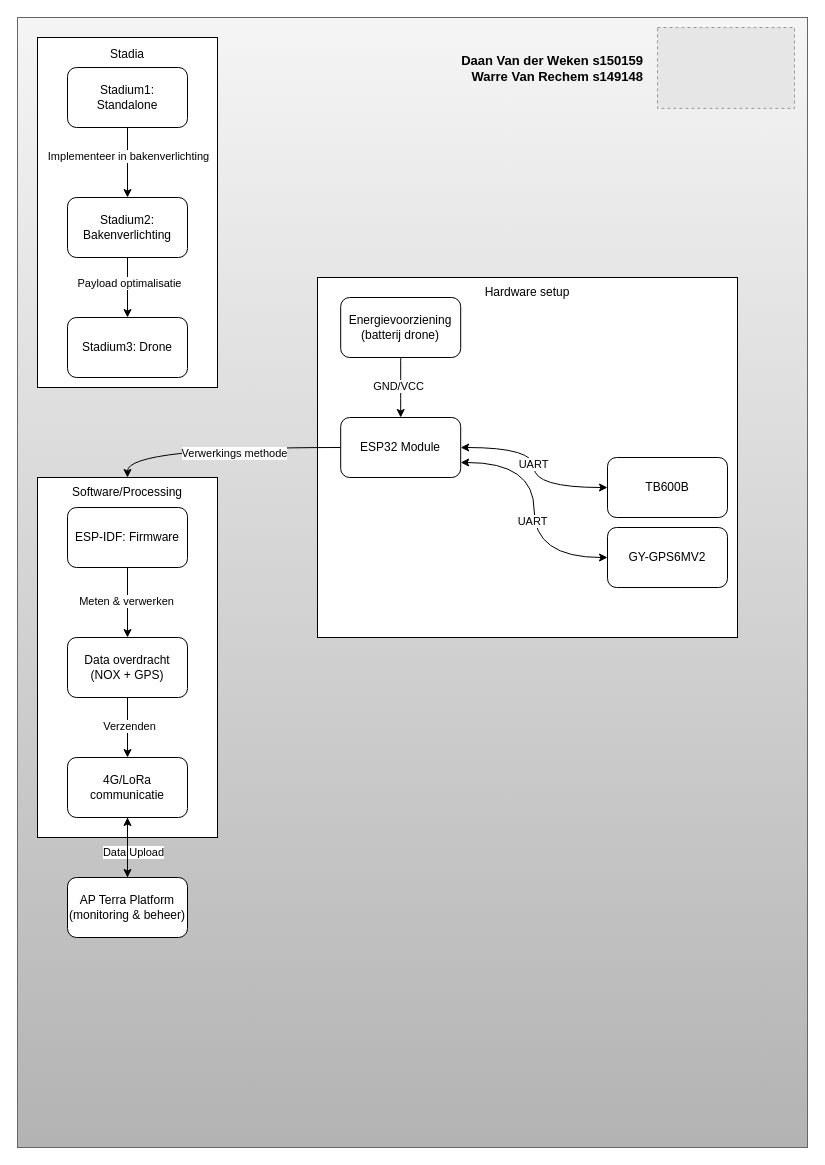
Earlier version of the draw.io diagram Documentatie/Blakdiagram_doelstelling.drawio (Daanvdw2005/IOT_Nox_Project). Source tidied: cells renumbered, new cells numbered last; positions are measured from the earlier drawing's top-left corner, leaving out a move shared by most shapes. Both pictures are drawn from the tidied source at 100%, with x=0, y=0 at pixel (17, 17). Pictures stored in the file or linked from it are replaced by grey dashed boxes.
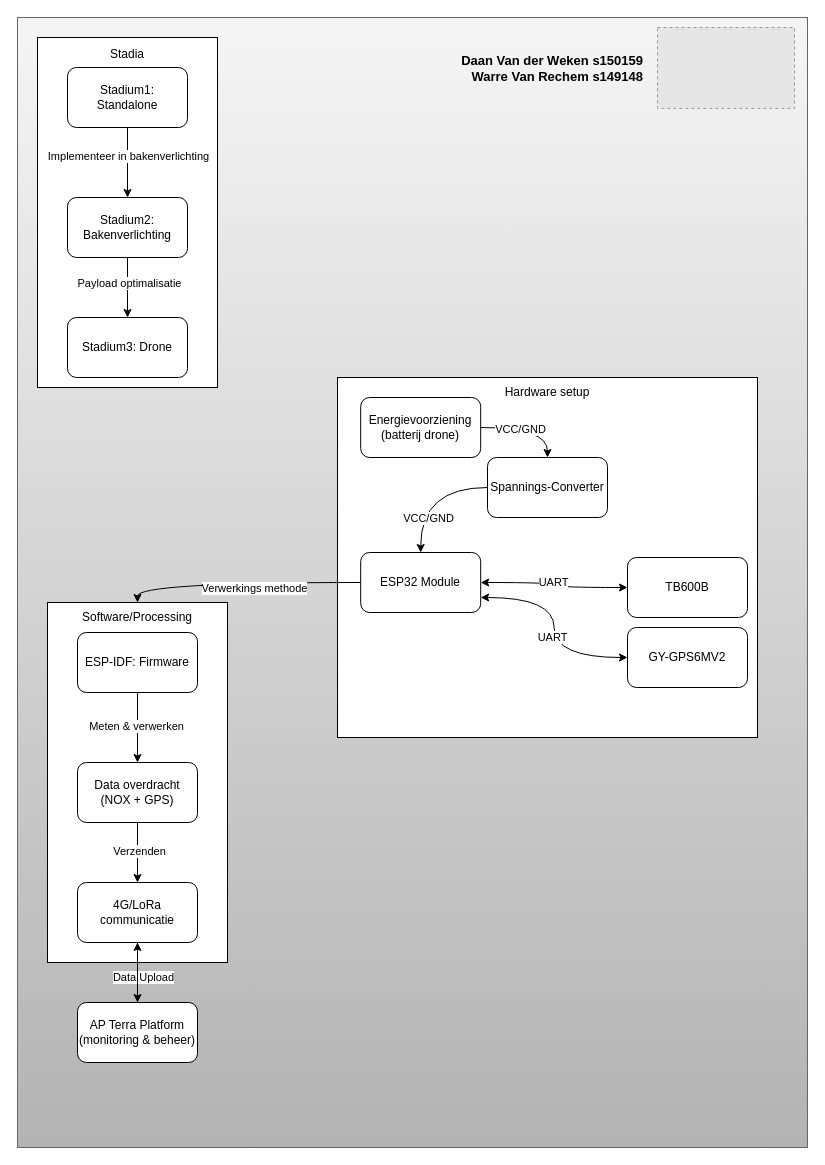
The same page after the edit.

Change to the diagram source:
```diff
@@
     <mxCell id="3" value="&lt;div style=&quot;text-align: left;&quot;&gt;Hardware setup&lt;/div&gt;&lt;div&gt;&lt;br&gt;&lt;/div&gt;&lt;div&gt;&lt;br&gt;&lt;/div&gt;&lt;div&gt;&lt;br&gt;&lt;/div&gt;&lt;div&gt;&lt;br&gt;&lt;/div&gt;&lt;div&gt;&lt;br&gt;&lt;/div&gt;&lt;div&gt;&lt;br&gt;&lt;/div&gt;&lt;div&gt;&lt;br&gt;&lt;/div&gt;&lt;div&gt;&lt;br&gt;&lt;/div&gt;&lt;div&gt;&lt;br&gt;&lt;/div&gt;&lt;div&gt;&lt;br&gt;&lt;/div&gt;&lt;div&gt;&lt;br&gt;&lt;/div&gt;&lt;div&gt;&lt;br&gt;&lt;/div&gt;&lt;div&gt;&lt;br&gt;&lt;/div&gt;&lt;div&gt;&lt;br&gt;&lt;/div&gt;&lt;div&gt;&lt;br&gt;&lt;/div&gt;&lt;div&gt;&lt;br&gt;&lt;/div&gt;&lt;div&gt;&lt;br&gt;&lt;/div&gt;&lt;div&gt;&lt;br&gt;&lt;/div&gt;&lt;div&gt;&lt;br&gt;&lt;/div&gt;&lt;div&gt;&lt;br&gt;&lt;/div&gt;&lt;div&gt;&lt;br&gt;&lt;/div&gt;&lt;div&gt;&lt;br&gt;&lt;/div&gt;&lt;div&gt;&lt;br&gt;&lt;/div&gt;" style="rounded=0;whiteSpace=wrap;html=1;" parent="1" vertex="1">
-      <mxGeometry x="300" y="260" width="420" height="360" as="geometry" />
+      <mxGeometry x="320" y="360" width="420" height="360" as="geometry" />
     </mxCell>
     <mxCell id="4" value="&lt;div style=&quot;text-align: left;&quot;&gt;Software/Processing&lt;/div&gt;&lt;div&gt;&lt;br&gt;&lt;/div&gt;&lt;div&gt;&lt;br&gt;&lt;/div&gt;&lt;div&gt;&lt;br&gt;&lt;/div&gt;&lt;div&gt;&lt;br&gt;&lt;/div&gt;&lt;div&gt;&lt;br&gt;&lt;/div&gt;&lt;div&gt;&lt;br&gt;&lt;/div&gt;&lt;div&gt;&lt;br&gt;&lt;/div&gt;&lt;div&gt;&lt;br&gt;&lt;/div&gt;&lt;div&gt;&lt;br&gt;&lt;/div&gt;&lt;div&gt;&lt;br&gt;&lt;/div&gt;&lt;div&gt;&lt;br&gt;&lt;/div&gt;&lt;div&gt;&lt;br&gt;&lt;/div&gt;&lt;div&gt;&lt;br&gt;&lt;/div&gt;&lt;div&gt;&lt;br&gt;&lt;/div&gt;&lt;div&gt;&lt;br&gt;&lt;/div&gt;&lt;div&gt;&lt;br&gt;&lt;/div&gt;&lt;div&gt;&lt;br&gt;&lt;/div&gt;&lt;div&gt;&lt;br&gt;&lt;/div&gt;&lt;div&gt;&lt;br&gt;&lt;/div&gt;&lt;div&gt;&lt;br&gt;&lt;/div&gt;&lt;div&gt;&lt;br&gt;&lt;/div&gt;&lt;div&gt;&lt;br&gt;&lt;/div&gt;&lt;div&gt;&lt;br&gt;&lt;/div&gt;" style="rounded=0;whiteSpace=wrap;html=1;" parent="1" vertex="1">
-      <mxGeometry x="20" y="460" width="180" height="360" as="geometry" />
+      <mxGeometry x="30" y="585" width="180" height="360" as="geometry" />
     </mxCell>
@@
     <mxCell id="15" value="ESP-IDF: Firmware" style="rounded=1;whiteSpace=wrap;html=1;" parent="1" vertex="1">
-      <mxGeometry x="50" y="490" width="120" height="60" as="geometry" />
+      <mxGeometry x="60" y="615" width="120" height="60" as="geometry" />
     </mxCell>
@@
     <mxCell id="18" value="Data overdracht&lt;div&gt;(NOX + GPS)&lt;/div&gt;" style="rounded=1;whiteSpace=wrap;html=1;" parent="1" vertex="1">
-      <mxGeometry x="50" y="620" width="120" height="60" as="geometry" />
+      <mxGeometry x="60" y="745" width="120" height="60" as="geometry" />
     </mxCell>
@@
     <mxCell id="21" value="4G/LoRa communicatie" style="rounded=1;whiteSpace=wrap;html=1;" parent="1" vertex="1">
-      <mxGeometry x="50" y="740" width="120" height="60" as="geometry" />
+      <mxGeometry x="60" y="865" width="120" height="60" as="geometry" />
     </mxCell>
@@
     <mxCell id="23" value="AP Terra Platform&lt;div&gt;(monitoring &amp;amp; beheer)&lt;/div&gt;" style="rounded=1;whiteSpace=wrap;html=1;" parent="1" vertex="1">
-      <mxGeometry x="50" y="860" width="120" height="60" as="geometry" />
+      <mxGeometry x="60" y="985" width="120" height="60" as="geometry" />
     </mxCell>
-    <mxCell id="24" style="edgeStyle=orthogonalEdgeStyle;rounded=0;jettySize=auto;html=1;exitX=0.5;exitY=1;exitDx=0;exitDy=0;entryX=0.5;entryY=0;entryDx=0;entryDy=0;curved=1;" parent="1" edge="1" source="26" target="33">
-      <mxGeometry relative="1" as="geometry" />
-    </mxCell>
-    <mxCell id="25" value="GND/VCC" style="edgeLabel;html=1;align=center;verticalAlign=middle;" parent="24" vertex="1">
-      <mxGeometry x="-0.08" y="-3" relative="1" as="geometry" />
-    </mxCell>
+    <mxCell id="38" style="edgeStyle=orthogonalEdgeStyle;rounded=0;jettySize=auto;html=1;exitX=1;exitY=0.5;exitDx=0;exitDy=0;entryX=0.5;entryY=0;entryDx=0;entryDy=0;curved=1;" parent="1" edge="1" source="26" target="41">
+      <mxGeometry relative="1" as="geometry" />
+    </mxCell>
+    <mxCell id="39" value="VCC/GND" style="edgeLabel;html=1;align=center;verticalAlign=middle;" parent="38" vertex="1">
+      <mxGeometry x="-0.19" y="-1" relative="1" as="geometry" />
+    </mxCell>
     <mxCell id="26" value="Energievoorziening&lt;div&gt;(batterij drone)&lt;/div&gt;" style="rounded=1;whiteSpace=wrap;html=1;" parent="1" vertex="1">
-      <mxGeometry x="323.2" y="280" width="120" height="60" as="geometry" />
+      <mxGeometry x="343.2" y="380" width="120" height="60" as="geometry" />
     </mxCell>
@@
     <mxCell id="33" value="ESP32 Module" style="rounded=1;whiteSpace=wrap;html=1;" parent="1" vertex="1">
-      <mxGeometry x="323.2" y="400" width="120" height="60" as="geometry" />
+      <mxGeometry x="343.2" y="535" width="120" height="60" as="geometry" />
     </mxCell>
     <mxCell id="34" value="GY-GPS6MV2" style="rounded=1;whiteSpace=wrap;html=1;" parent="1" vertex="1">
-      <mxGeometry x="590" y="510" width="120" height="60" as="geometry" />
+      <mxGeometry x="610" y="610" width="120" height="60" as="geometry" />
     </mxCell>
     <mxCell id="35" value="TB600B" style="rounded=1;whiteSpace=wrap;html=1;" parent="1" vertex="1">
-      <mxGeometry x="590" y="440" width="120" height="60" as="geometry" />
+      <mxGeometry x="610" y="540" width="120" height="60" as="geometry" />
     </mxCell>
@@
+    <mxCell id="40" style="edgeStyle=orthogonalEdgeStyle;rounded=0;jettySize=auto;html=1;exitX=0;exitY=0.5;exitDx=0;exitDy=0;entryX=0.5;entryY=0;entryDx=0;entryDy=0;curved=1;" parent="1" edge="1" source="41" target="33">
+      <mxGeometry relative="1" as="geometry" />
+    </mxCell>
+    <mxCell id="41" value="Spannings-Converter" style="rounded=1;whiteSpace=wrap;html=1;" parent="1" vertex="1">
+      <mxGeometry x="470" y="440" width="120" height="60" as="geometry" />
+    </mxCell>
+    <mxCell id="42" value="VCC/GND" style="edgeLabel;html=1;align=center;verticalAlign=middle;" parent="1" vertex="1">
+      <mxGeometry x="410" y="500" as="geometry" />
+    </mxCell>
```
